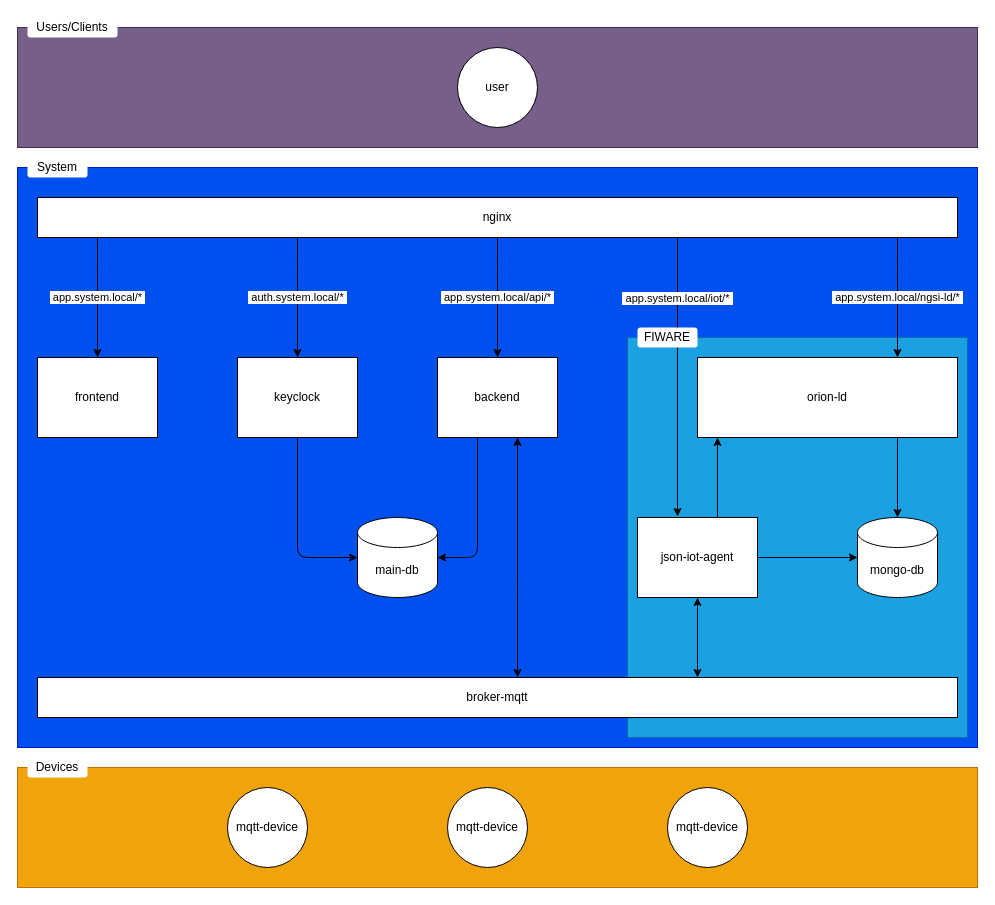
Before: page "Architecture Custom V2" (2 of 2) of document.drawio in LuizTakeda/masters-system, a draw.io diagram. Source tidied: cells renumbered, new cells numbered last; positions are measured from the earlier drawing's top-left corner, leaving out a move shared by most shapes. Both pictures are drawn from the tidied source at 100%, with x=0, y=0 at pixel (17, 17).
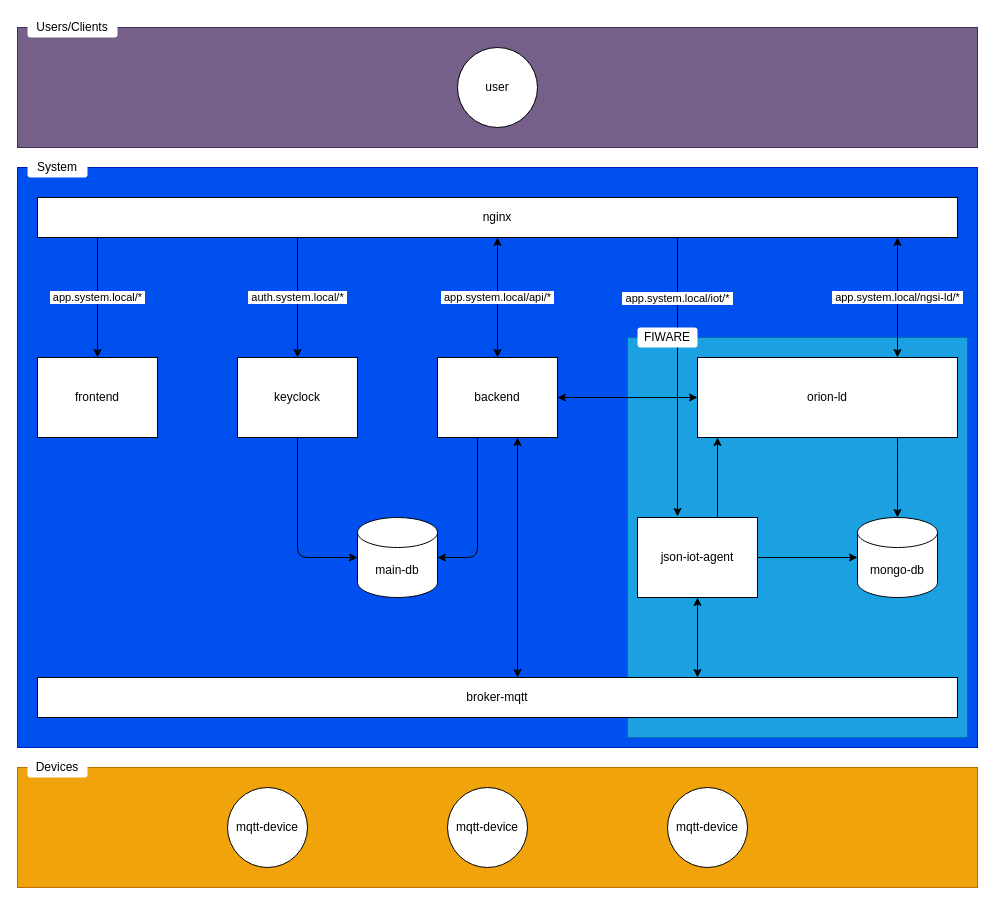
The same page after the edit.

Commit message (it also covers changes not shown here):
chore(doc): improve readme and update architecture diagram

The change refers to these unchanged cells:
```xml
<mxCell id="9" value="nginx" style="rounded=0;whiteSpace=wrap;html=1;" parent="1" vertex="1">
  <mxGeometry x="20" y="180" width="920" height="40" as="geometry" />
</mxCell>
<mxCell id="14" value="orion-ld" style="rounded=0;whiteSpace=wrap;html=1;" parent="1" vertex="1">
  <mxGeometry x="680" y="340" width="260" height="80" as="geometry" />
</mxCell>
<mxCell id="17" value="backend" style="rounded=0;whiteSpace=wrap;html=1;" parent="1" vertex="1">
  <mxGeometry x="420" y="340" width="120" height="80" as="geometry" />
</mxCell>
```

Diff of the diagram source:
```diff
@@
-    <mxCell id="6" value="&amp;nbsp;app.system.local/api/*&amp;nbsp;" style="edgeStyle=orthogonalEdgeStyle;html=1;" parent="1" edge="1">
+    <mxCell id="6" value="&amp;nbsp;app.system.local/api/*&amp;nbsp;" style="edgeStyle=orthogonalEdgeStyle;html=1;endArrow=classic;endFill=1;startArrow=classic;startFill=1;" parent="1" edge="1">
       <mxGeometry relative="1" as="geometry">
         <mxPoint x="480" y="220" as="sourcePoint" />
         <mxPoint x="480" y="340" as="targetPoint" />
         <Array as="points">
           <mxPoint x="480" y="250" />
           <mxPoint x="480" y="250" />
         </Array>
       </mxGeometry>
     </mxCell>
@@
-    <mxCell id="8" value="&amp;nbsp;app.system.local/ngsi-ld/*&amp;nbsp;" style="edgeStyle=orthogonalEdgeStyle;html=1;" parent="1" edge="1" source="9" target="14">
+    <mxCell id="8" value="&amp;nbsp;app.system.local/ngsi-ld/*&amp;nbsp;" style="edgeStyle=orthogonalEdgeStyle;html=1;startArrow=classic;startFill=1;" parent="1" edge="1" source="9" target="14">
       <mxGeometry relative="1" as="geometry">
         <Array as="points">
           <mxPoint x="880" y="250" />
           <mxPoint x="880" y="250" />
         </Array>
       </mxGeometry>
     </mxCell>
@@
+    <mxCell id="35" style="edgeStyle=none;html=1;startArrow=classic;startFill=1;" parent="1" edge="1" source="14" target="17">
+      <mxGeometry relative="1" as="geometry" />
+    </mxCell>
```
